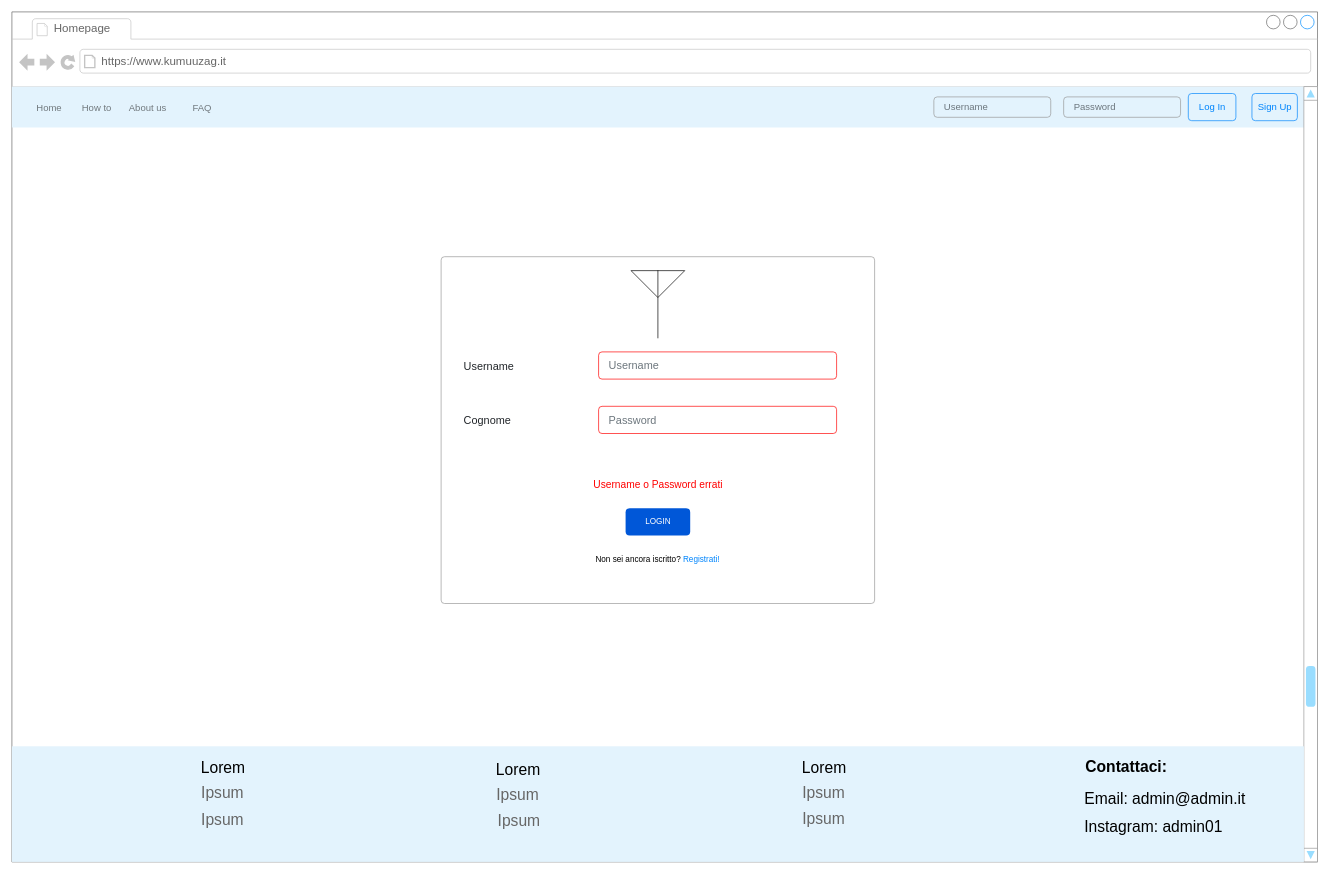
begbaj/tecweb keeps this draw.io diagram as page "Login" (3 of 7) of diagrams/mockup.drawio. Above is the earlier version. Source tidied: cells renumbered, new cells numbered last; positions are measured from the earlier drawing's top-left corner, leaving out a move shared by most shapes. Both pictures are drawn from the tidied source at 68%, with x=0, y=0 at pixel (12, 12).
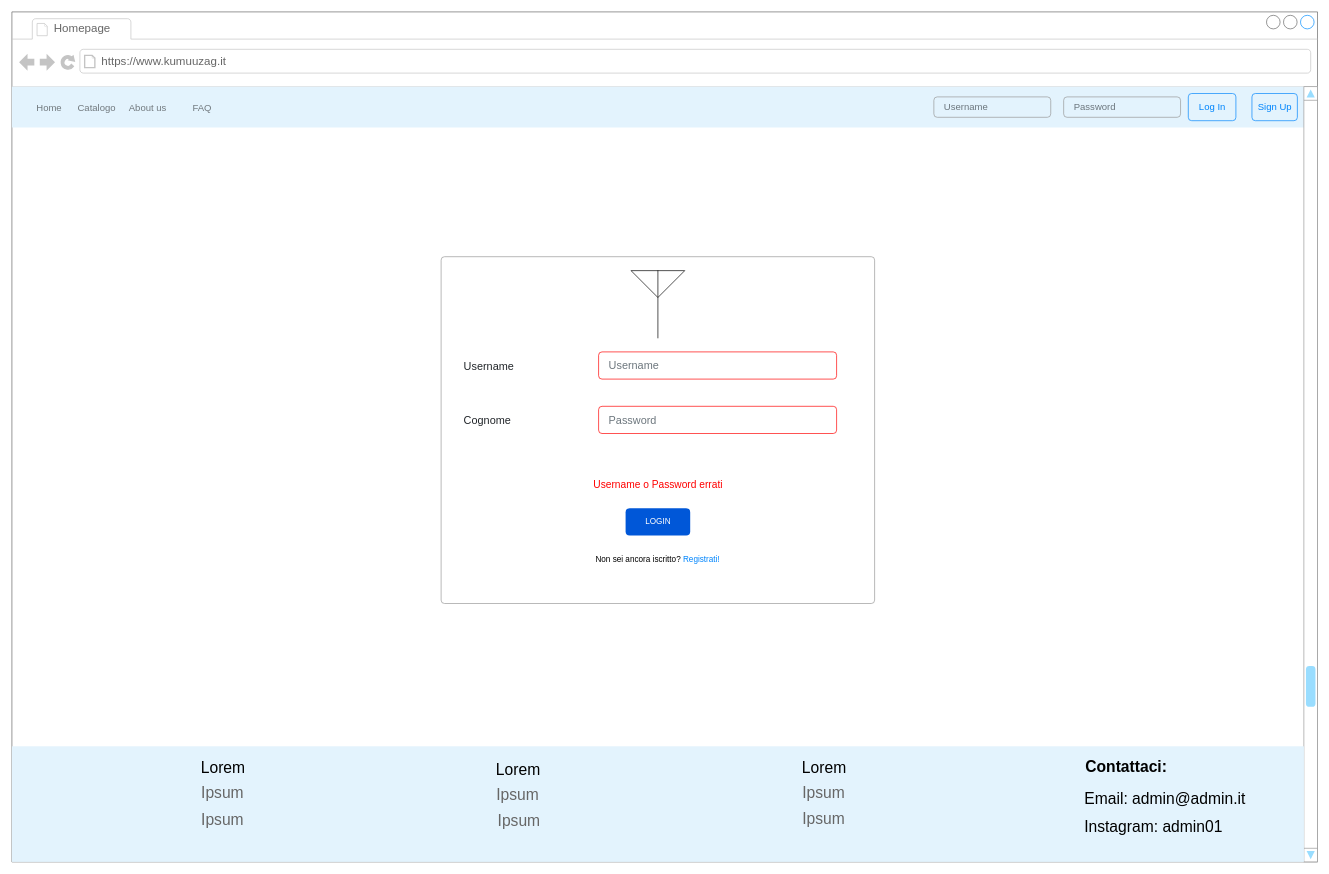
The same diagram, later.

Unchanged cells that the change refers to:
```xml
<mxCell id="5" style="html=1;shadow=0;dashed=0;fillColor=#E3F3FD;strokeColor=none;fontSize=16;fontColor=#161819;align=left;spacing=15;" parent="2" vertex="1">
  <mxGeometry y="110" width="1900" height="60" as="geometry" />
</mxCell>
```

Diff of the diagram source:
```diff
@@
-    <mxCell id="7" value="How to" style="fillColor=none;strokeColor=none;fontSize=14;fontColor=#71797E;align=center;" parent="5" vertex="1">
+    <mxCell id="7" value="Catalogo" style="fillColor=none;strokeColor=none;fontSize=14;fontColor=#71797E;align=center;" parent="5" vertex="1">
       <mxGeometry width="70" height="40" relative="1" as="geometry">
         <mxPoint x="90" y="10" as="offset" />
       </mxGeometry>
     </mxCell>
```
